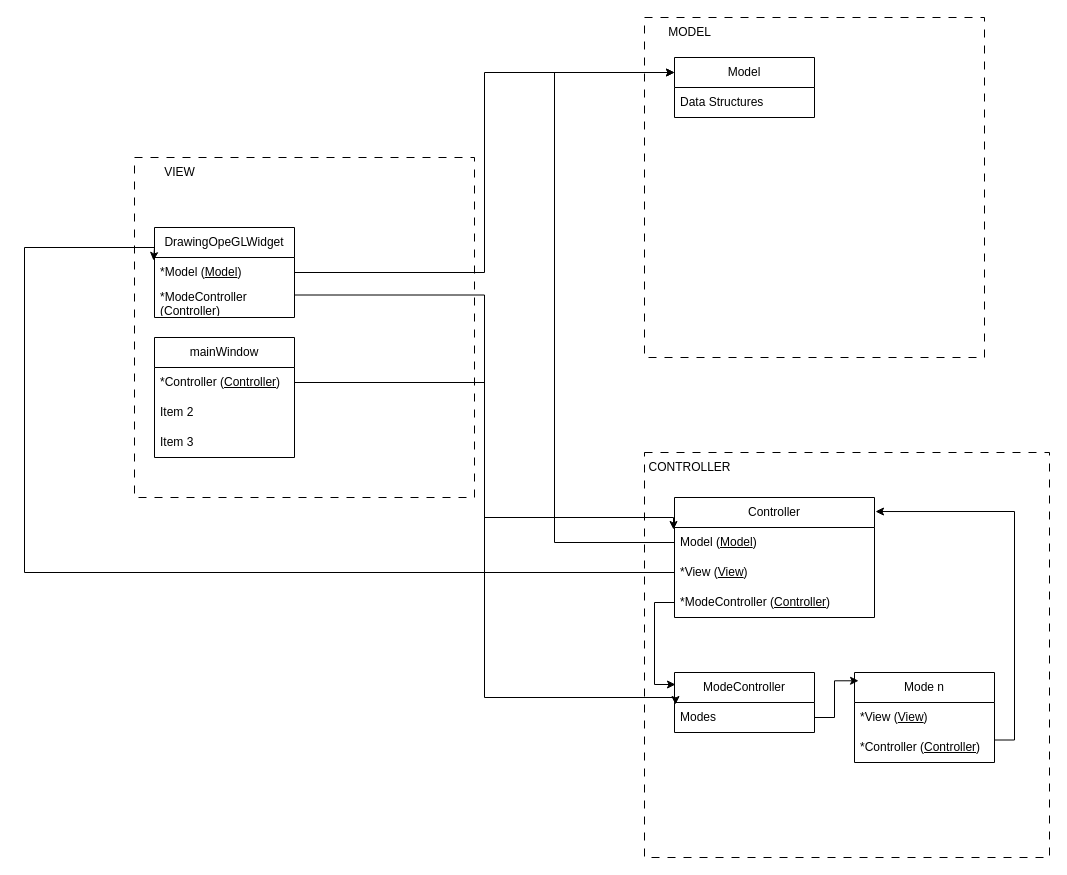
Before: docs/Architecture/MVC-Client.drawio in A1Minx/DAvinCi, a draw.io diagram. Source tidied: cells renumbered, new cells numbered last; positions are measured from the earlier drawing's top-left corner, leaving out a move shared by most shapes. Both pictures are drawn from the tidied source at 100%, with x=0, y=0 at pixel (24, 17).
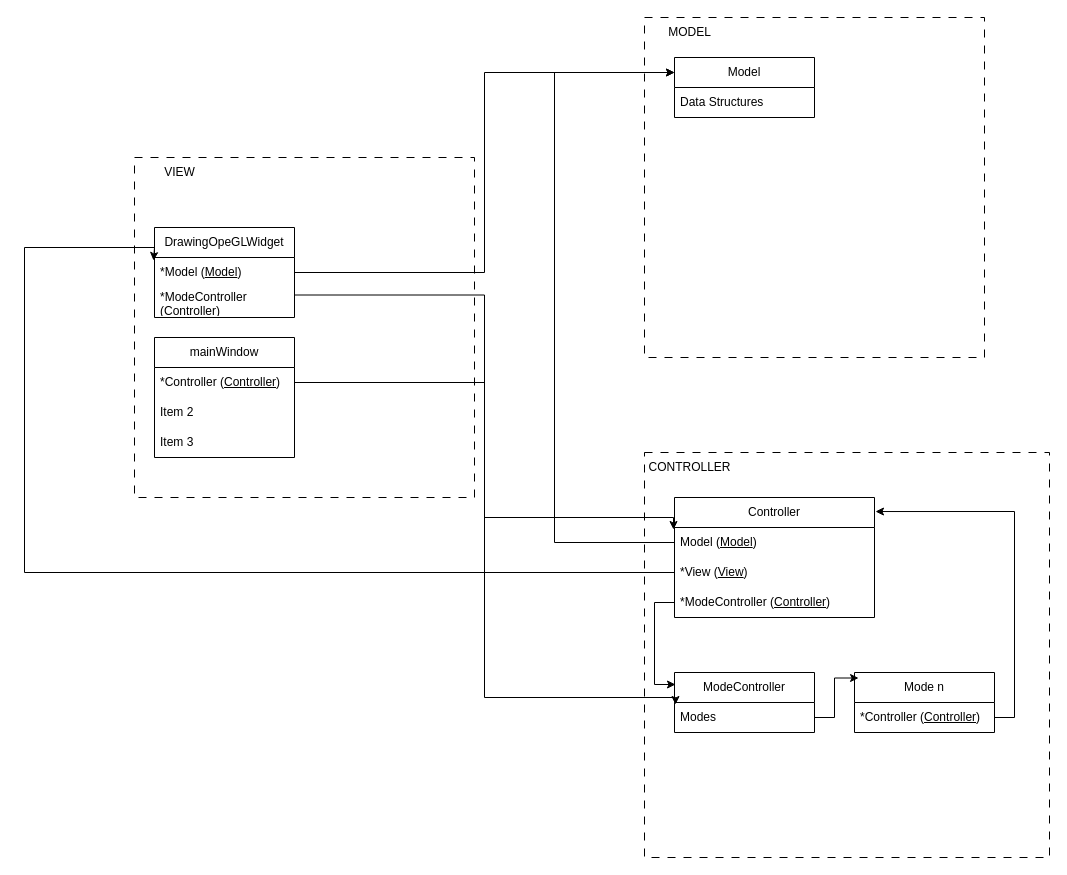
The same diagram, later.

The edit, as a diff of the source:
```diff
@@
     <mxCell id="19" value="Mode n" style="swimlane;fontStyle=0;horizontal=1;startSize=30;whiteSpace=wrap;html=1;" parent="1" vertex="1">
-      <mxGeometry x="830" y="655" width="140" height="90" as="geometry" />
+      <mxGeometry x="830" y="655" width="140" height="60" as="geometry" />
     </mxCell>
-    <mxCell id="20" value="*View (&lt;u&gt;View&lt;/u&gt;)" style="text;strokeColor=none;fillColor=none;align=left;verticalAlign=middle;spacingLeft=4;spacingRight=4;overflow=hidden;whiteSpace=wrap;html=1;" parent="19" vertex="1">
-      <mxGeometry y="30" width="140" height="30" as="geometry" />
-    </mxCell>
     <mxCell id="21" value="*Controller (&lt;u&gt;Controller&lt;/u&gt;)" style="text;strokeColor=none;fillColor=none;align=left;verticalAlign=middle;spacingLeft=4;spacingRight=4;overflow=hidden;whiteSpace=wrap;html=1;" parent="19" vertex="1">
-      <mxGeometry y="60" width="140" height="30" as="geometry" />
+      <mxGeometry y="30" width="140" height="30" as="geometry" />
     </mxCell>
```
